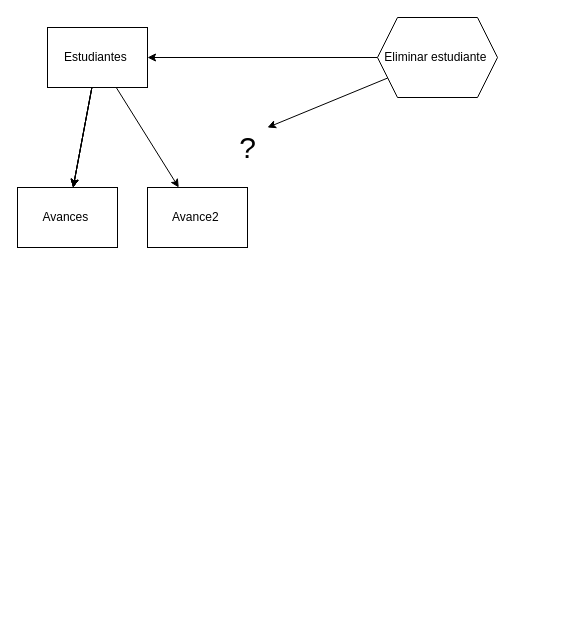
DavidArtavia/consultorios-API keeps this draw.io diagram as src/Explicacion.drawio. Above is the earlier version. Source tidied: cells renumbered, new cells numbered last; positions are measured from the earlier drawing's top-left corner, leaving out a move shared by most shapes. Both pictures are drawn from the tidied source at 100%, with x=0, y=0 at pixel (17, 17).
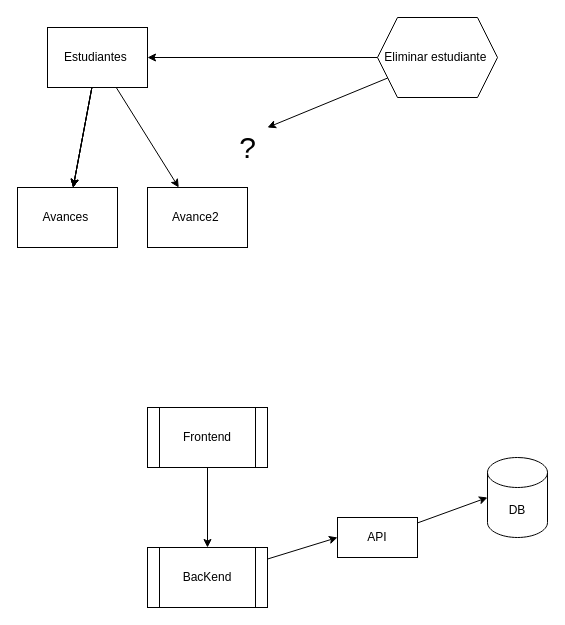
The same diagram, later.

The edit, as a diff of the source:
```diff
@@
+    <mxCell id="14" style="edgeStyle=none;html=1;entryX=0;entryY=0.5;entryDx=0;entryDy=0;entryPerimeter=0;" parent="1" edge="1" source="15" target="20">
+      <mxGeometry relative="1" as="geometry" />
+    </mxCell>
+    <mxCell id="15" value="API" style="rounded=0;whiteSpace=wrap;html=1;" parent="1" vertex="1">
+      <mxGeometry x="320" y="500" width="80" height="40" as="geometry" />
+    </mxCell>
+    <mxCell id="16" style="edgeStyle=none;html=1;entryX=0.5;entryY=0;entryDx=0;entryDy=0;" parent="1" edge="1" source="17" target="19">
+      <mxGeometry relative="1" as="geometry" />
+    </mxCell>
+    <mxCell id="17" value="Frontend" style="shape=process;whiteSpace=wrap;html=1;backgroundOutline=1;" parent="1" vertex="1">
+      <mxGeometry x="130" y="390" width="120" height="60" as="geometry" />
+    </mxCell>
+    <mxCell id="18" style="edgeStyle=none;html=1;entryX=0;entryY=0.5;entryDx=0;entryDy=0;" parent="1" edge="1" source="19" target="15">
+      <mxGeometry relative="1" as="geometry" />
+    </mxCell>
+    <mxCell id="19" value="BacKend" style="shape=process;whiteSpace=wrap;html=1;backgroundOutline=1;" parent="1" vertex="1">
+      <mxGeometry x="130" y="530" width="120" height="60" as="geometry" />
+    </mxCell>
+    <mxCell id="20" value="DB" style="shape=cylinder3;whiteSpace=wrap;html=1;boundedLbl=1;backgroundOutline=1;size=15;" parent="1" vertex="1">
+      <mxGeometry x="470" y="440" width="60" height="80" as="geometry" />
+    </mxCell>
```
